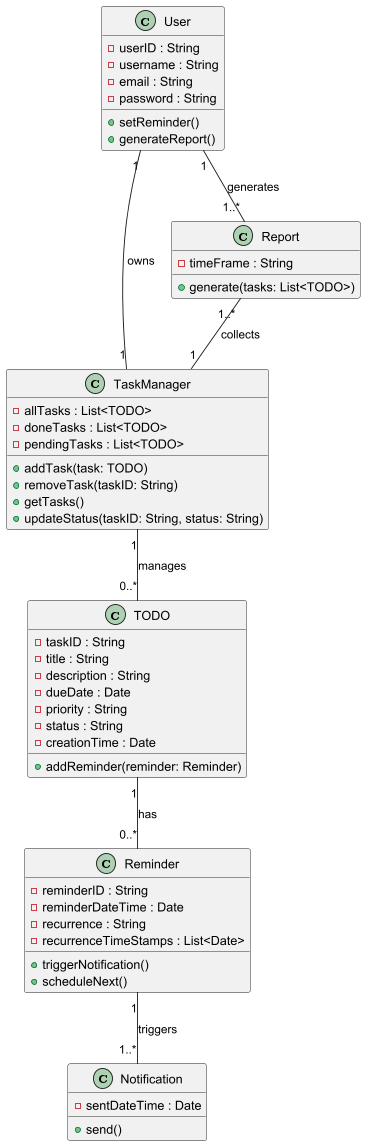
The PlantUML diagram diagrams and usecases/classdiagram/class_diagram.png in rofidakhaled/On-Time, before a commit. Source of this version:
```plantuml
@startuml

class User {
    - userID : String
    - username : String
    - email : String
    - password : String
    + setReminder()
    + generateReport()
}

class TaskManager {
    - allTasks : List<TODO>
    - doneTasks : List<TODO>
    - pendingTasks : List<TODO>
    + addTask(task: TODO)
    + removeTask(taskID: String)
    + getTasks()
    + updateStatus(taskID: String, status: String)
}

class TODO {
    - taskID : String
    - title : String
    - description : String
    - dueDate : Date
    - priority : String
    - status : String
    - creationTime : Date
    + addReminder(reminder: Reminder)
}

class Reminder {
    - reminderID : String
    - reminderDateTime : Date
    - recurrence : String
    - recurrenceTimeStamps : List<Date>
    + triggerNotification()
    + scheduleNext()
}

class Notification {
    - sentDateTime : Date
    + send()
}

class Report {
    - timeFrame : String
    + generate(tasks: List<TODO>)
}

User "1" -- "1" TaskManager : owns
TaskManager "1" -- "0..*" TODO : manages
TODO "1" -- "0..*" Reminder : has
Reminder "1" -- "1..*" Notification : triggers
User "1" -- "1..*" Report : generates
Report "1..*" -- "1" TaskManager : collects

@enduml
```
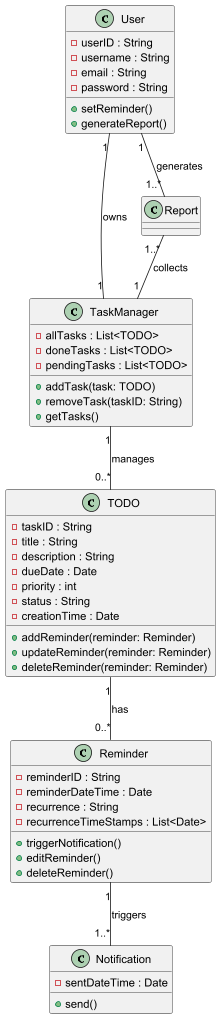
Above is the later version.

What changed in the source:
```diff
@@ -16,7 +16,7 @@
     + addTask(task: TODO)
     + removeTask(taskID: String)
     + getTasks()
-    + updateStatus(taskID: String, status: String)
+
 }
 
 class TODO {
@@ -24,10 +24,12 @@
     - title : String
     - description : String
     - dueDate : Date
-    - priority : String
+    - priority : int
     - status : String
     - creationTime : Date
     + addReminder(reminder: Reminder)
+    + updateReminder(reminder: Reminder)
+    + deleteReminder(reminder: Reminder)
 }
 
 class Reminder {
@@ -36,7 +38,9 @@
     - recurrence : String
     - recurrenceTimeStamps : List<Date>
     + triggerNotification()
-    + scheduleNext()
+    + editReminder()
+    + deleteReminder()
+
 }
 
 class Notification {
@@ -45,8 +49,6 @@
 }
 
 class Report {
-    - timeFrame : String
-    + generate(tasks: List<TODO>)
 }
 
 User "1" -- "1" TaskManager : owns
```
